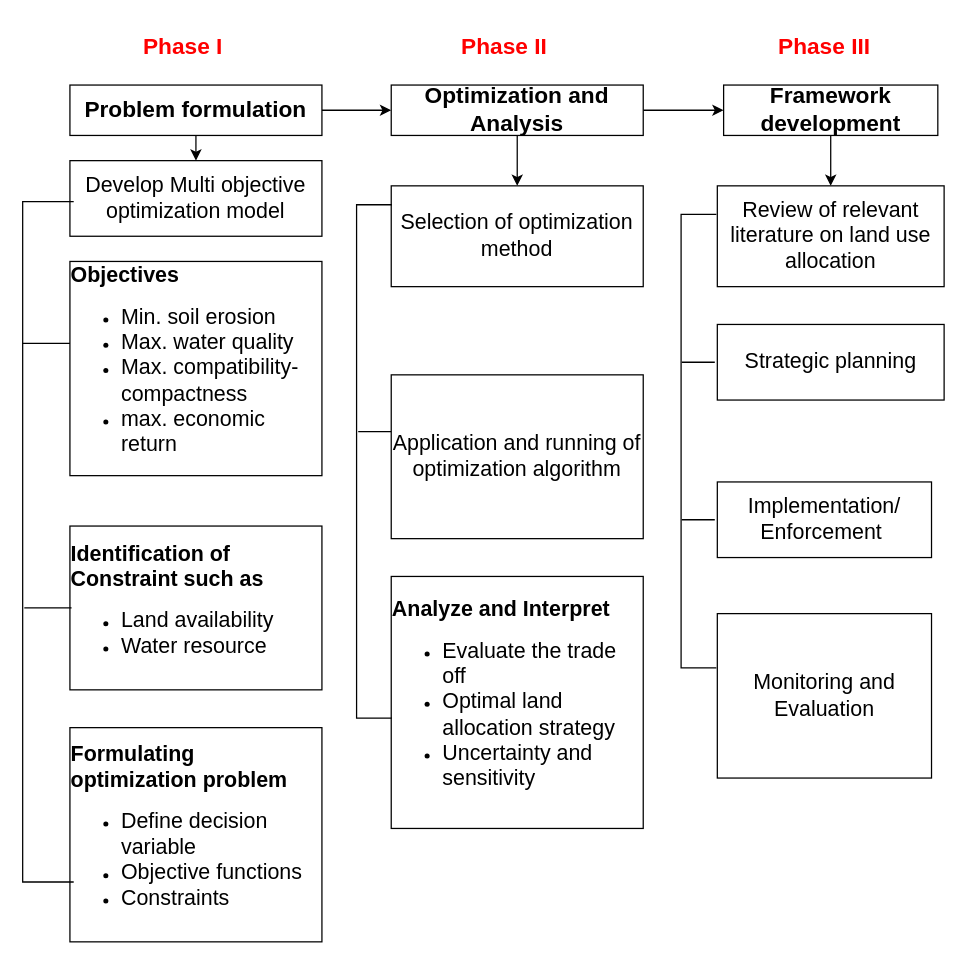
The draw.io diagram Ojbective4.drawio in yemioke/PRISMA2020, before the edit. Source tidied: cells renumbered, new cells numbered last; positions are measured from the earlier drawing's top-left corner, leaving out a move shared by most shapes. Both pictures are drawn from the tidied source at 126%, with x=0, y=0 at pixel (-292, 21).
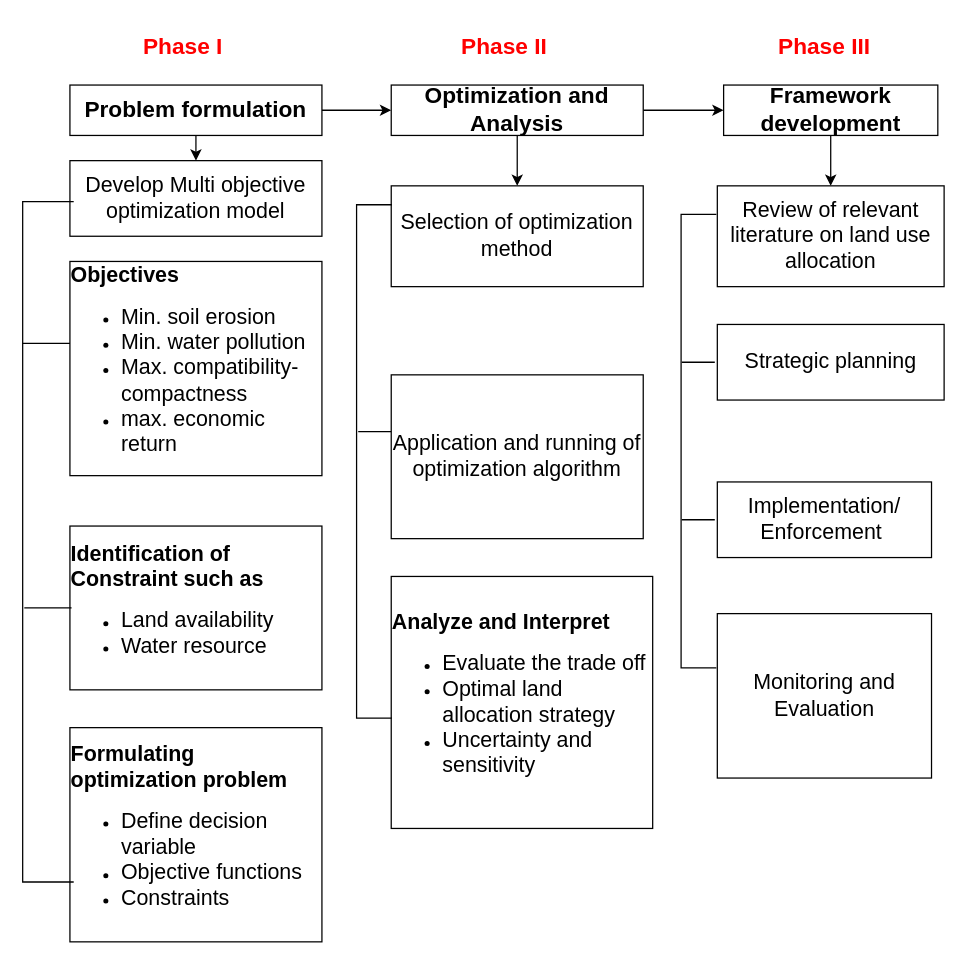
Above is the later version.

What changed in the source:
```diff
@@
-    <mxCell id="3" value="&lt;div style=&quot;text-align: left;&quot;&gt;&lt;span style=&quot;background-color: initial;&quot;&gt;&lt;b style=&quot;&quot;&gt;&lt;font style=&quot;font-size: 17px;&quot;&gt;Objectives&lt;/font&gt;&lt;/b&gt;&lt;/span&gt;&lt;/div&gt;&lt;div&gt;&lt;ul&gt;&lt;li style=&quot;text-align: left;&quot;&gt;&lt;font style=&quot;font-size: 17px;&quot;&gt;Min. soil erosion&lt;/font&gt;&lt;/li&gt;&lt;li style=&quot;text-align: left;&quot;&gt;&lt;font style=&quot;font-size: 17px;&quot;&gt;Max. water quality&lt;/font&gt;&lt;/li&gt;&lt;li style=&quot;text-align: left;&quot;&gt;&lt;font style=&quot;font-size: 17px;&quot;&gt;Max. compatibility- compactness&lt;/font&gt;&lt;/li&gt;&lt;li style=&quot;text-align: left;&quot;&gt;&lt;font style=&quot;font-size: 17px;&quot;&gt;max. economic return&lt;/font&gt;&lt;/li&gt;&lt;/ul&gt;&lt;/div&gt;" style="rounded=0;whiteSpace=wrap;html=1;" parent="1" vertex="1">
+    <mxCell id="3" value="&lt;div style=&quot;text-align: left;&quot;&gt;&lt;span style=&quot;background-color: initial;&quot;&gt;&lt;b style=&quot;&quot;&gt;&lt;font style=&quot;font-size: 17px;&quot;&gt;Objectives&lt;/font&gt;&lt;/b&gt;&lt;/span&gt;&lt;/div&gt;&lt;div&gt;&lt;ul&gt;&lt;li style=&quot;text-align: left;&quot;&gt;&lt;font style=&quot;font-size: 17px;&quot;&gt;Min. soil erosion&lt;/font&gt;&lt;/li&gt;&lt;li style=&quot;text-align: left;&quot;&gt;&lt;font style=&quot;font-size: 17px;&quot;&gt;Min. water pollution&lt;/font&gt;&lt;/li&gt;&lt;li style=&quot;text-align: left;&quot;&gt;&lt;font style=&quot;font-size: 17px;&quot;&gt;Max. compatibility- compactness&lt;/font&gt;&lt;/li&gt;&lt;li style=&quot;text-align: left;&quot;&gt;&lt;font style=&quot;font-size: 17px;&quot;&gt;max. economic return&lt;/font&gt;&lt;/li&gt;&lt;/ul&gt;&lt;/div&gt;" style="rounded=0;whiteSpace=wrap;html=1;" parent="1" vertex="1">
       <mxGeometry x="287" y="190" width="200" height="170" as="geometry" />
     </mxCell>
@@
     <mxCell id="14" value="&lt;div style=&quot;text-align: left;&quot;&gt;&lt;b style=&quot;&quot;&gt;&lt;font style=&quot;font-size: 17px;&quot;&gt;Analyze and Interpret&lt;/font&gt;&lt;/b&gt;&lt;/div&gt;&lt;div&gt;&lt;ul&gt;&lt;li style=&quot;text-align: left;&quot;&gt;&lt;font style=&quot;font-size: 17px;&quot;&gt;Evaluate the trade off&lt;/font&gt;&lt;/li&gt;&lt;li style=&quot;text-align: left;&quot;&gt;&lt;font style=&quot;font-size: 17px;&quot;&gt;Optimal land allocation strategy&lt;/font&gt;&lt;/li&gt;&lt;li style=&quot;text-align: left;&quot;&gt;&lt;font style=&quot;font-size: 17px;&quot;&gt;Uncertainty and sensitivity&lt;/font&gt;&lt;/li&gt;&lt;/ul&gt;&lt;/div&gt;" style="rounded=0;whiteSpace=wrap;html=1;" parent="1" vertex="1">
-      <mxGeometry x="542" y="440" width="200" height="200" as="geometry" />
+      <mxGeometry x="542" y="440" width="207.5" height="200" as="geometry" />
     </mxCell>
```
